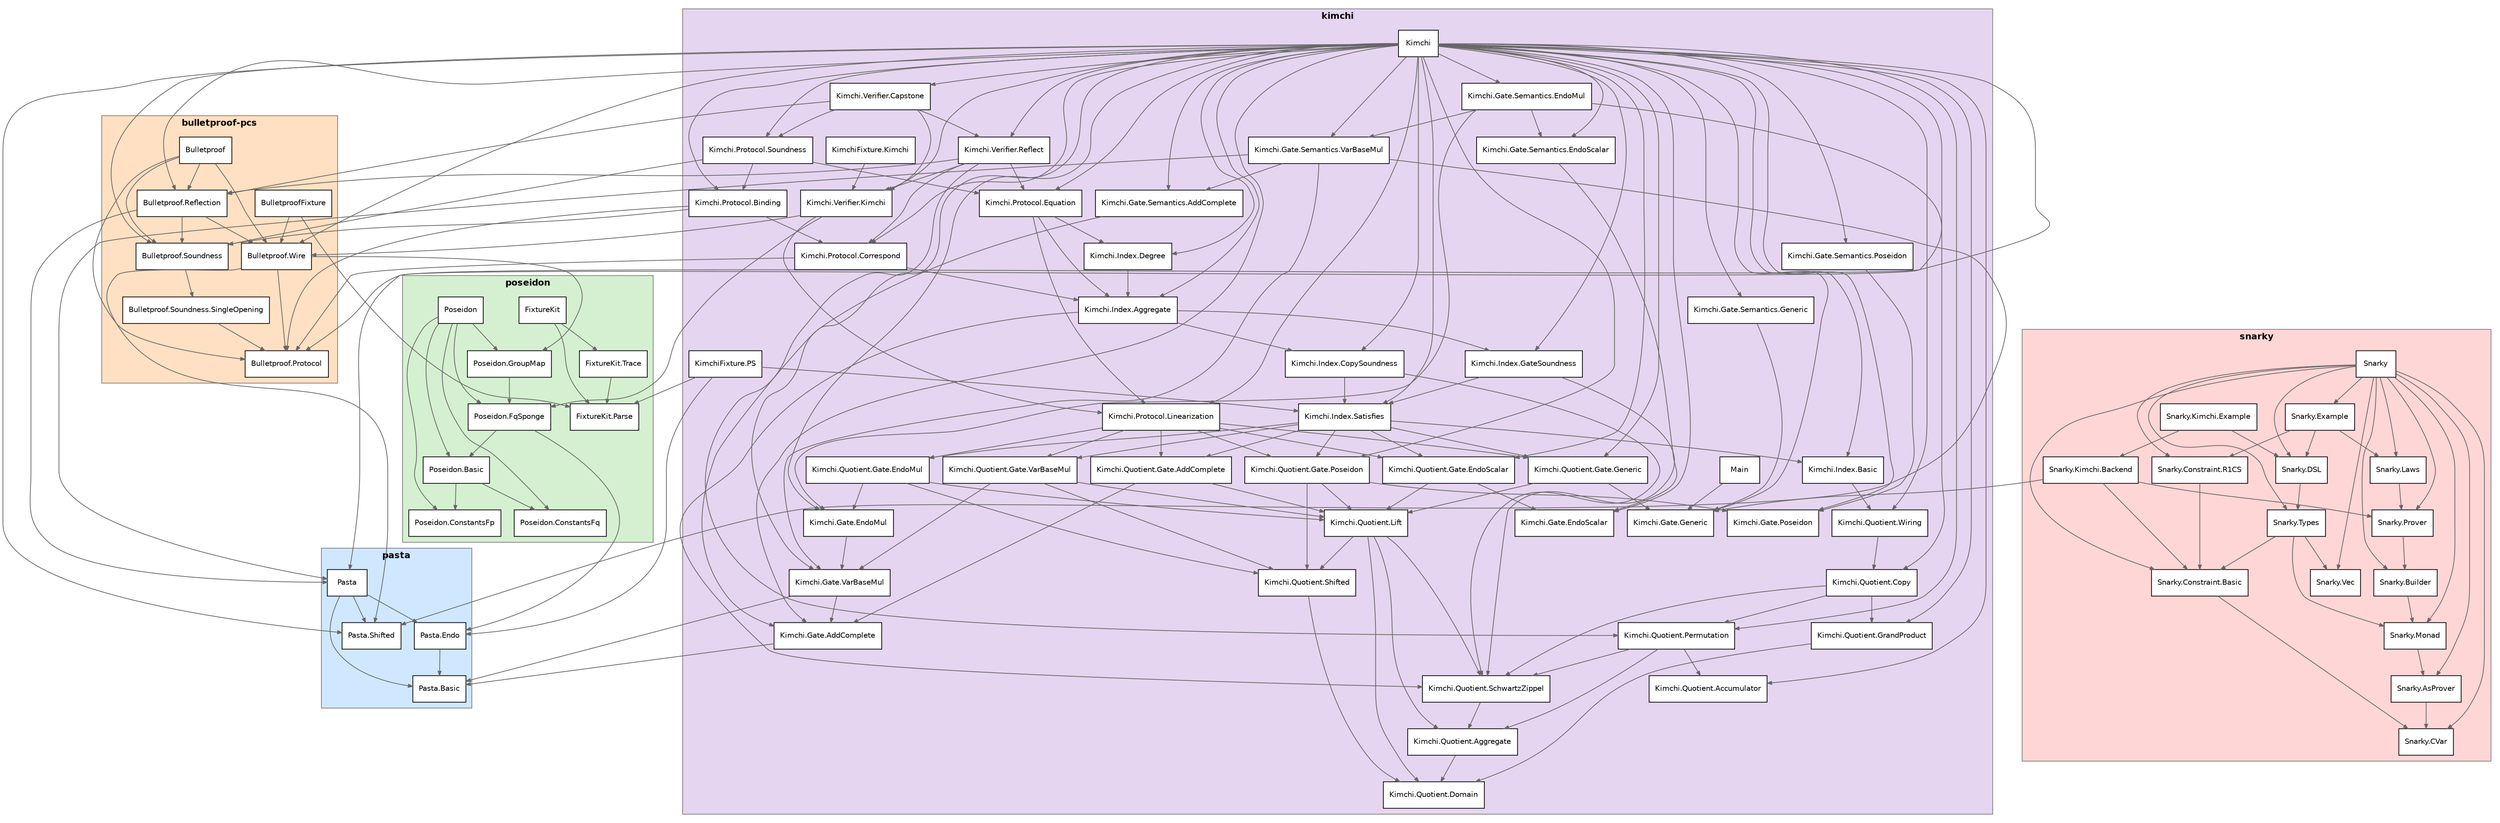
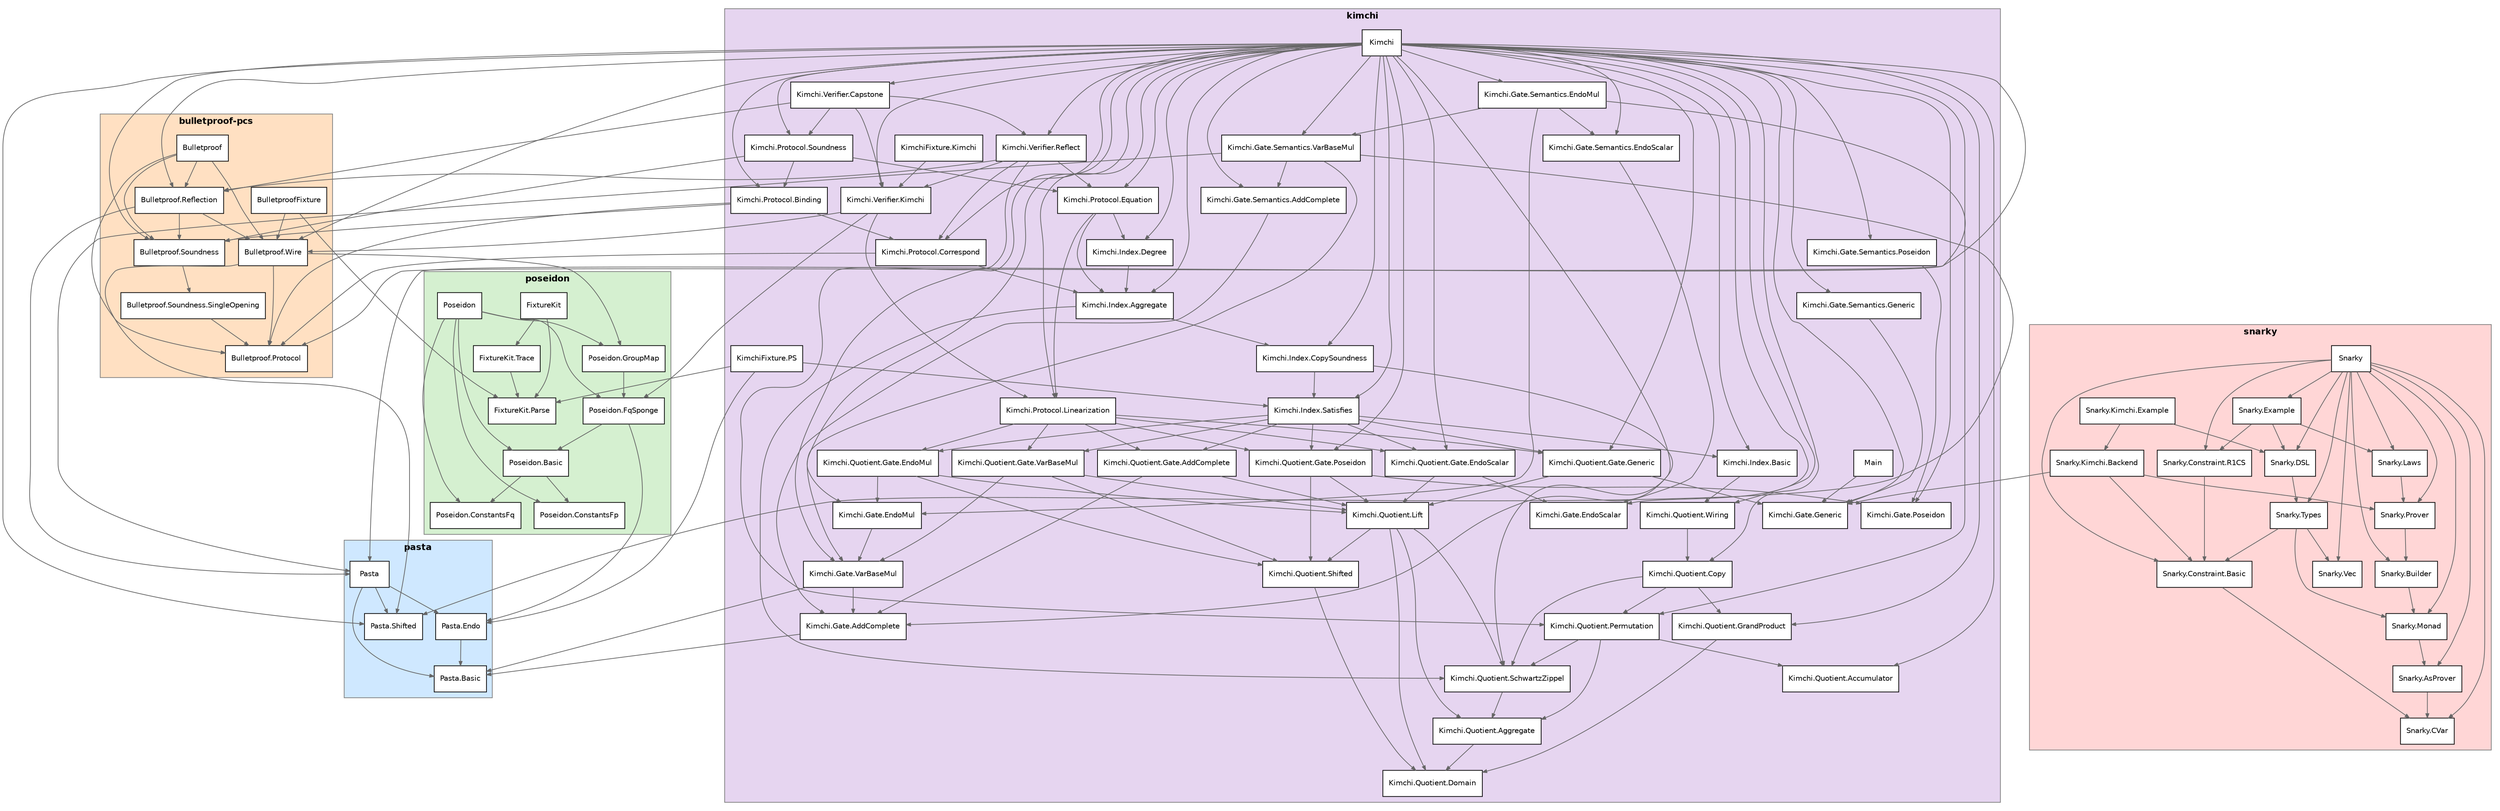
digraph "formal-modules" {
  rankdir=TB;
  node [shape=box, style=filled, fillcolor=white, fontsize=10, fontname="Helvetica"];
  edge [color=gray40, arrowsize=0.6];
  subgraph "cluster_pasta" {
    label="pasta"; style=filled; fillcolor="#cfe8ff";
    color=gray50; fontsize=12; fontname="Helvetica-Bold";
    "Pasta.Basic";
    "Pasta.Endo";
    "Pasta";
    "Pasta.Shifted";
  }
  subgraph "cluster_poseidon" {
    label="poseidon"; style=filled; fillcolor="#d5f0d0";
    color=gray50; fontsize=12; fontname="Helvetica-Bold";
    "FixtureKit";
    "FixtureKit.Parse";
    "FixtureKit.Trace";
    "Poseidon.Basic";
    "Poseidon.ConstantsFp";
    "Poseidon.ConstantsFq";
    "Poseidon.FqSponge";
    "Poseidon.GroupMap";
    "Poseidon";
  }
  subgraph "cluster_bulletproof-pcs" {
    label="bulletproof-pcs"; style=filled; fillcolor="#ffe0c2";
    color=gray50; fontsize=12; fontname="Helvetica-Bold";
    "BulletproofFixture";
    "Bulletproof";
    "Bulletproof.Protocol";
    "Bulletproof.Reflection";
    "Bulletproof.Soundness";
    "Bulletproof.Soundness.SingleOpening";
    "Bulletproof.Wire";
  }
  subgraph "cluster_kimchi" {
    label="kimchi"; style=filled; fillcolor="#e6d5f0";
    color=gray50; fontsize=12; fontname="Helvetica-Bold";
    "KimchiFixture.Kimchi";
    "KimchiFixture.PS";
    "Kimchi.Gate.AddComplete";
    "Kimchi.Gate.EndoMul";
    "Kimchi.Gate.EndoScalar";
    "Kimchi.Gate.Generic";
    "Kimchi.Gate.Poseidon";
    "Kimchi.Gate.Semantics.AddComplete";
    "Kimchi.Gate.Semantics.EndoMul";
    "Kimchi.Gate.Semantics.EndoScalar";
    "Kimchi.Gate.Semantics.Generic";
    "Kimchi.Gate.Semantics.Poseidon";
    "Kimchi.Gate.Semantics.VarBaseMul";
    "Kimchi.Gate.VarBaseMul";
    "Kimchi.Index.Aggregate";
    "Kimchi.Index.Basic";
    "Kimchi.Index.CopySoundness";
    "Kimchi.Index.Degree";
-     "Kimchi.Index.GateSoundness";
    "Kimchi.Index.Satisfies";
    "Kimchi";
    "Kimchi.Protocol.Binding";
    "Kimchi.Protocol.Correspond";
    "Kimchi.Protocol.Equation";
    "Kimchi.Protocol.Linearization";
    "Kimchi.Protocol.Soundness";
    "Kimchi.Quotient.Accumulator";
    "Kimchi.Quotient.Aggregate";
    "Kimchi.Quotient.Copy";
    "Kimchi.Quotient.Domain";
    "Kimchi.Quotient.Gate.AddComplete";
    "Kimchi.Quotient.Gate.EndoMul";
    "Kimchi.Quotient.Gate.EndoScalar";
    "Kimchi.Quotient.Gate.Generic";
    "Kimchi.Quotient.Gate.Poseidon";
    "Kimchi.Quotient.Gate.VarBaseMul";
    "Kimchi.Quotient.GrandProduct";
    "Kimchi.Quotient.Lift";
    "Kimchi.Quotient.Permutation";
    "Kimchi.Quotient.SchwartzZippel";
    "Kimchi.Quotient.Shifted";
    "Kimchi.Quotient.Wiring";
    "Kimchi.Verifier.Capstone";
    "Kimchi.Verifier.Kimchi";
    "Kimchi.Verifier.Reflect";
    "Main";
  }
  subgraph "cluster_snarky" {
    label="snarky"; style=filled; fillcolor="#ffd6d6";
    color=gray50; fontsize=12; fontname="Helvetica-Bold";
    "Snarky.AsProver";
    "Snarky.Builder";
    "Snarky.Constraint.Basic";
    "Snarky.Constraint.R1CS";
    "Snarky.CVar";
    "Snarky.DSL";
    "Snarky.Example";
    "Snarky.Kimchi.Backend";
    "Snarky.Kimchi.Example";
    "Snarky.Laws";
    "Snarky";
    "Snarky.Monad";
    "Snarky.Prover";
    "Snarky.Types";
    "Snarky.Vec";
  }
  "Pasta.Endo" -> "Pasta.Basic";
  "Pasta" -> "Pasta.Basic";
  "Pasta" -> "Pasta.Endo";
  "Pasta" -> "Pasta.Shifted";
  "FixtureKit" -> "FixtureKit.Parse";
  "FixtureKit" -> "FixtureKit.Trace";
  "FixtureKit.Trace" -> "FixtureKit.Parse";
  "Poseidon.Basic" -> "Poseidon.ConstantsFq";
  "Poseidon.Basic" -> "Poseidon.ConstantsFp";
  "Poseidon.FqSponge" -> "Poseidon.Basic";
  "Poseidon.FqSponge" -> "Pasta.Endo";
  "Poseidon.GroupMap" -> "Poseidon.FqSponge";
  "Poseidon" -> "Poseidon.ConstantsFp";
  "Poseidon" -> "Poseidon.ConstantsFq";
  "Poseidon" -> "Poseidon.Basic";
  "Poseidon" -> "Poseidon.FqSponge";
  "Poseidon" -> "Poseidon.GroupMap";
  "BulletproofFixture" -> "Bulletproof.Wire";
  "BulletproofFixture" -> "FixtureKit.Parse";
  "Bulletproof" -> "Bulletproof.Protocol";
  "Bulletproof" -> "Bulletproof.Wire";
  "Bulletproof" -> "Bulletproof.Soundness";
  "Bulletproof" -> "Bulletproof.Reflection";
  "Bulletproof.Reflection" -> "Bulletproof.Wire";
  "Bulletproof.Reflection" -> "Bulletproof.Soundness";
  "Bulletproof.Reflection" -> "Pasta";
  "Bulletproof.Soundness" -> "Bulletproof.Soundness.SingleOpening";
  "Bulletproof.Soundness.SingleOpening" -> "Bulletproof.Protocol";
  "Bulletproof.Wire" -> "Pasta.Shifted";
  "Bulletproof.Wire" -> "Poseidon.GroupMap";
  "Bulletproof.Wire" -> "Bulletproof.Protocol";
  "KimchiFixture.Kimchi" -> "Kimchi.Verifier.Kimchi";
  "KimchiFixture.PS" -> "Kimchi.Index.Satisfies";
  "KimchiFixture.PS" -> "FixtureKit.Parse";
  "KimchiFixture.PS" -> "Pasta.Endo";
  "Kimchi.Gate.AddComplete" -> "Pasta.Basic";
  "Kimchi.Gate.EndoMul" -> "Kimchi.Gate.VarBaseMul";
  "Kimchi.Gate.Semantics.AddComplete" -> "Kimchi.Gate.AddComplete";
  "Kimchi.Gate.Semantics.EndoMul" -> "Kimchi.Gate.EndoMul";
  "Kimchi.Gate.Semantics.EndoMul" -> "Kimchi.Gate.Semantics.VarBaseMul";
  "Kimchi.Gate.Semantics.EndoMul" -> "Kimchi.Gate.Semantics.EndoScalar";
  "Kimchi.Gate.Semantics.EndoMul" -> "Pasta";
  "Kimchi.Gate.Semantics.EndoScalar" -> "Kimchi.Gate.EndoScalar";
  "Kimchi.Gate.Semantics.Generic" -> "Kimchi.Gate.Generic";
  "Kimchi.Gate.Semantics.Poseidon" -> "Kimchi.Gate.Poseidon";
  "Kimchi.Gate.Semantics.VarBaseMul" -> "Kimchi.Gate.VarBaseMul";
  "Kimchi.Gate.Semantics.VarBaseMul" -> "Kimchi.Gate.Semantics.AddComplete";
  "Kimchi.Gate.Semantics.VarBaseMul" -> "Pasta";
  "Kimchi.Gate.Semantics.VarBaseMul" -> "Pasta.Shifted";
  "Kimchi.Gate.VarBaseMul" -> "Pasta.Basic";
  "Kimchi.Gate.VarBaseMul" -> "Kimchi.Gate.AddComplete";
  "Kimchi.Index.Aggregate" -> "Kimchi.Index.CopySoundness";
-   "Kimchi.Index.Aggregate" -> "Kimchi.Index.GateSoundness";
  "Kimchi.Index.Aggregate" -> "Kimchi.Quotient.SchwartzZippel";
  "Kimchi.Index.Basic" -> "Kimchi.Quotient.Wiring";
  "Kimchi.Index.CopySoundness" -> "Kimchi.Index.Satisfies";
  "Kimchi.Index.CopySoundness" -> "Kimchi.Quotient.SchwartzZippel";
  "Kimchi.Index.Degree" -> "Kimchi.Index.Aggregate";
-   "Kimchi.Index.GateSoundness" -> "Kimchi.Index.Satisfies";
-   "Kimchi.Index.GateSoundness" -> "Kimchi.Quotient.SchwartzZippel";
  "Kimchi.Index.Satisfies" -> "Kimchi.Index.Basic";
  "Kimchi.Index.Satisfies" -> "Kimchi.Quotient.Gate.Generic";
  "Kimchi.Index.Satisfies" -> "Kimchi.Quotient.Gate.Poseidon";
  "Kimchi.Index.Satisfies" -> "Kimchi.Quotient.Gate.AddComplete";
  "Kimchi.Index.Satisfies" -> "Kimchi.Quotient.Gate.VarBaseMul";
  "Kimchi.Index.Satisfies" -> "Kimchi.Quotient.Gate.EndoMul";
  "Kimchi.Index.Satisfies" -> "Kimchi.Quotient.Gate.EndoScalar";
  "Kimchi" -> "Pasta.Shifted";
  "Kimchi" -> "Kimchi.Gate.Generic";
  "Kimchi" -> "Kimchi.Gate.AddComplete";
  "Kimchi" -> "Kimchi.Gate.VarBaseMul";
  "Kimchi" -> "Kimchi.Gate.EndoScalar";
  "Kimchi" -> "Kimchi.Gate.EndoMul";
  "Kimchi" -> "Kimchi.Gate.Poseidon";
  "Kimchi" -> "Kimchi.Gate.Semantics.Generic";
  "Kimchi" -> "Kimchi.Gate.Semantics.AddComplete";
  "Kimchi" -> "Kimchi.Gate.Semantics.VarBaseMul";
  "Kimchi" -> "Kimchi.Gate.Semantics.EndoScalar";
  "Kimchi" -> "Kimchi.Gate.Semantics.EndoMul";
  "Kimchi" -> "Kimchi.Gate.Semantics.Poseidon";
  "Kimchi" -> "Bulletproof.Protocol";
  "Kimchi" -> "Bulletproof.Soundness";
  "Kimchi" -> "Kimchi.Quotient.Gate.Generic";
  "Kimchi" -> "Kimchi.Quotient.Gate.EndoScalar";
  "Kimchi" -> "Kimchi.Quotient.Gate.Poseidon";
  "Kimchi" -> "Kimchi.Quotient.Accumulator";
  "Kimchi" -> "Kimchi.Quotient.Copy";
  "Kimchi" -> "Kimchi.Index.Basic";
  "Kimchi" -> "Kimchi.Index.Satisfies";
  "Kimchi" -> "Kimchi.Index.Aggregate";
  "Kimchi" -> "Kimchi.Index.Degree";
-   "Kimchi" -> "Kimchi.Index.GateSoundness";
  "Kimchi" -> "Kimchi.Index.CopySoundness";
  "Kimchi" -> "Kimchi.Quotient.Wiring";
  "Kimchi" -> "Kimchi.Quotient.Permutation";
  "Kimchi" -> "Kimchi.Quotient.GrandProduct";
  "Kimchi" -> "Bulletproof.Wire";
  "Kimchi" -> "Kimchi.Protocol.Linearization";
  "Kimchi" -> "Kimchi.Protocol.Equation";
  "Kimchi" -> "Kimchi.Protocol.Correspond";
  "Kimchi" -> "Kimchi.Protocol.Binding";
  "Kimchi" -> "Kimchi.Protocol.Soundness";
  "Kimchi" -> "Bulletproof.Reflection";
  "Kimchi" -> "Kimchi.Verifier.Kimchi";
  "Kimchi" -> "Kimchi.Verifier.Reflect";
  "Kimchi" -> "Kimchi.Verifier.Capstone";
  "Kimchi.Protocol.Binding" -> "Bulletproof.Protocol";
  "Kimchi.Protocol.Binding" -> "Bulletproof.Soundness";
  "Kimchi.Protocol.Binding" -> "Kimchi.Protocol.Correspond";
  "Kimchi.Protocol.Correspond" -> "Kimchi.Index.Aggregate";
  "Kimchi.Protocol.Correspond" -> "Bulletproof.Protocol";
  "Kimchi.Protocol.Equation" -> "Kimchi.Protocol.Linearization";
  "Kimchi.Protocol.Equation" -> "Kimchi.Index.Aggregate";
  "Kimchi.Protocol.Equation" -> "Kimchi.Index.Degree";
  "Kimchi.Protocol.Linearization" -> "Kimchi.Quotient.Gate.Generic";
  "Kimchi.Protocol.Linearization" -> "Kimchi.Quotient.Gate.Poseidon";
  "Kimchi.Protocol.Linearization" -> "Kimchi.Quotient.Gate.AddComplete";
  "Kimchi.Protocol.Linearization" -> "Kimchi.Quotient.Gate.VarBaseMul";
  "Kimchi.Protocol.Linearization" -> "Kimchi.Quotient.Gate.EndoMul";
  "Kimchi.Protocol.Linearization" -> "Kimchi.Quotient.Gate.EndoScalar";
  "Kimchi.Protocol.Soundness" -> "Bulletproof.Soundness";
  "Kimchi.Protocol.Soundness" -> "Kimchi.Protocol.Binding";
  "Kimchi.Protocol.Soundness" -> "Kimchi.Protocol.Equation";
  "Kimchi.Quotient.Aggregate" -> "Kimchi.Quotient.Domain";
  "Kimchi.Quotient.Copy" -> "Kimchi.Quotient.GrandProduct";
  "Kimchi.Quotient.Copy" -> "Kimchi.Quotient.Permutation";
  "Kimchi.Quotient.Copy" -> "Kimchi.Quotient.SchwartzZippel";
  "Kimchi.Quotient.Gate.AddComplete" -> "Kimchi.Quotient.Lift";
  "Kimchi.Quotient.Gate.AddComplete" -> "Kimchi.Gate.AddComplete";
  "Kimchi.Quotient.Gate.EndoMul" -> "Kimchi.Quotient.Lift";
  "Kimchi.Quotient.Gate.EndoMul" -> "Kimchi.Quotient.Shifted";
  "Kimchi.Quotient.Gate.EndoMul" -> "Kimchi.Gate.EndoMul";
  "Kimchi.Quotient.Gate.EndoScalar" -> "Kimchi.Quotient.Lift";
  "Kimchi.Quotient.Gate.EndoScalar" -> "Kimchi.Gate.EndoScalar";
  "Kimchi.Quotient.Gate.Generic" -> "Kimchi.Quotient.Lift";
  "Kimchi.Quotient.Gate.Generic" -> "Kimchi.Gate.Generic";
  "Kimchi.Quotient.Gate.Poseidon" -> "Kimchi.Quotient.Lift";
  "Kimchi.Quotient.Gate.Poseidon" -> "Kimchi.Quotient.Shifted";
  "Kimchi.Quotient.Gate.Poseidon" -> "Kimchi.Gate.Poseidon";
  "Kimchi.Quotient.Gate.VarBaseMul" -> "Kimchi.Quotient.Lift";
  "Kimchi.Quotient.Gate.VarBaseMul" -> "Kimchi.Quotient.Shifted";
  "Kimchi.Quotient.Gate.VarBaseMul" -> "Kimchi.Gate.VarBaseMul";
  "Kimchi.Quotient.GrandProduct" -> "Kimchi.Quotient.Domain";
  "Kimchi.Quotient.Lift" -> "Kimchi.Quotient.Domain";
  "Kimchi.Quotient.Lift" -> "Kimchi.Quotient.Shifted";
  "Kimchi.Quotient.Lift" -> "Kimchi.Quotient.Aggregate";
  "Kimchi.Quotient.Lift" -> "Kimchi.Quotient.SchwartzZippel";
  "Kimchi.Quotient.Permutation" -> "Kimchi.Quotient.Accumulator";
  "Kimchi.Quotient.Permutation" -> "Kimchi.Quotient.Aggregate";
  "Kimchi.Quotient.Permutation" -> "Kimchi.Quotient.SchwartzZippel";
  "Kimchi.Quotient.SchwartzZippel" -> "Kimchi.Quotient.Aggregate";
  "Kimchi.Quotient.Shifted" -> "Kimchi.Quotient.Domain";
  "Kimchi.Quotient.Wiring" -> "Kimchi.Quotient.Copy";
  "Kimchi.Verifier.Capstone" -> "Kimchi.Protocol.Soundness";
  "Kimchi.Verifier.Capstone" -> "Kimchi.Verifier.Kimchi";
  "Kimchi.Verifier.Capstone" -> "Bulletproof.Reflection";
  "Kimchi.Verifier.Capstone" -> "Kimchi.Verifier.Reflect";
  "Kimchi.Verifier.Kimchi" -> "Bulletproof.Wire";
  "Kimchi.Verifier.Kimchi" -> "Kimchi.Protocol.Linearization";
  "Kimchi.Verifier.Kimchi" -> "Poseidon.FqSponge";
  "Kimchi.Verifier.Reflect" -> "Kimchi.Verifier.Kimchi";
  "Kimchi.Verifier.Reflect" -> "Bulletproof.Reflection";
  "Kimchi.Verifier.Reflect" -> "Kimchi.Protocol.Correspond";
  "Kimchi.Verifier.Reflect" -> "Kimchi.Protocol.Equation";
  "Kimchi.Verifier.Reflect" -> "Kimchi.Quotient.Permutation";
  "Main" -> "Kimchi.Gate.Generic";
  "Snarky.AsProver" -> "Snarky.CVar";
  "Snarky.Builder" -> "Snarky.Monad";
  "Snarky.Constraint.Basic" -> "Snarky.CVar";
  "Snarky.Constraint.R1CS" -> "Snarky.Constraint.Basic";
  "Snarky.DSL" -> "Snarky.Types";
  "Snarky.Example" -> "Snarky.DSL";
  "Snarky.Example" -> "Snarky.Constraint.R1CS";
  "Snarky.Example" -> "Snarky.Laws";
  "Snarky.Kimchi.Backend" -> "Snarky.Constraint.Basic";
  "Snarky.Kimchi.Backend" -> "Snarky.Prover";
  "Snarky.Kimchi.Backend" -> "Kimchi.Gate.Generic";
  "Snarky.Kimchi.Example" -> "Snarky.Kimchi.Backend";
  "Snarky.Kimchi.Example" -> "Snarky.DSL";
  "Snarky.Laws" -> "Snarky.Prover";
  "Snarky" -> "Snarky.CVar";
  "Snarky" -> "Snarky.AsProver";
  "Snarky" -> "Snarky.Monad";
  "Snarky" -> "Snarky.Builder";
  "Snarky" -> "Snarky.Prover";
  "Snarky" -> "Snarky.Vec";
  "Snarky" -> "Snarky.Constraint.Basic";
  "Snarky" -> "Snarky.Constraint.R1CS";
  "Snarky" -> "Snarky.Types";
  "Snarky" -> "Snarky.DSL";
  "Snarky" -> "Snarky.Laws";
  "Snarky" -> "Snarky.Example";
  "Snarky.Monad" -> "Snarky.AsProver";
  "Snarky.Prover" -> "Snarky.Builder";
  "Snarky.Types" -> "Snarky.Monad";
  "Snarky.Types" -> "Snarky.Vec";
  "Snarky.Types" -> "Snarky.Constraint.Basic";
}
